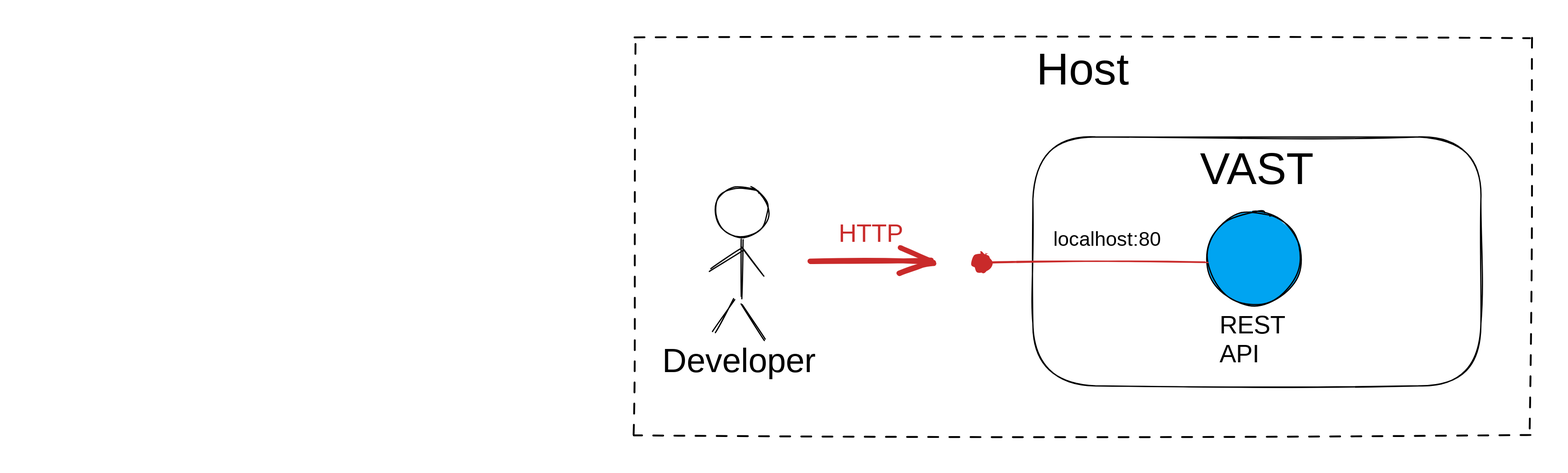
The Excalidraw diagram web/docs/use/integrate/rest-api/rest-api-mode-developer.excalidraw.svg in tenzir/tenzir, before a commit. Source tidied: one line per element, renumbered; positions are measured from the earlier drawing's top-left corner, leaving out a move shared by most shapes.
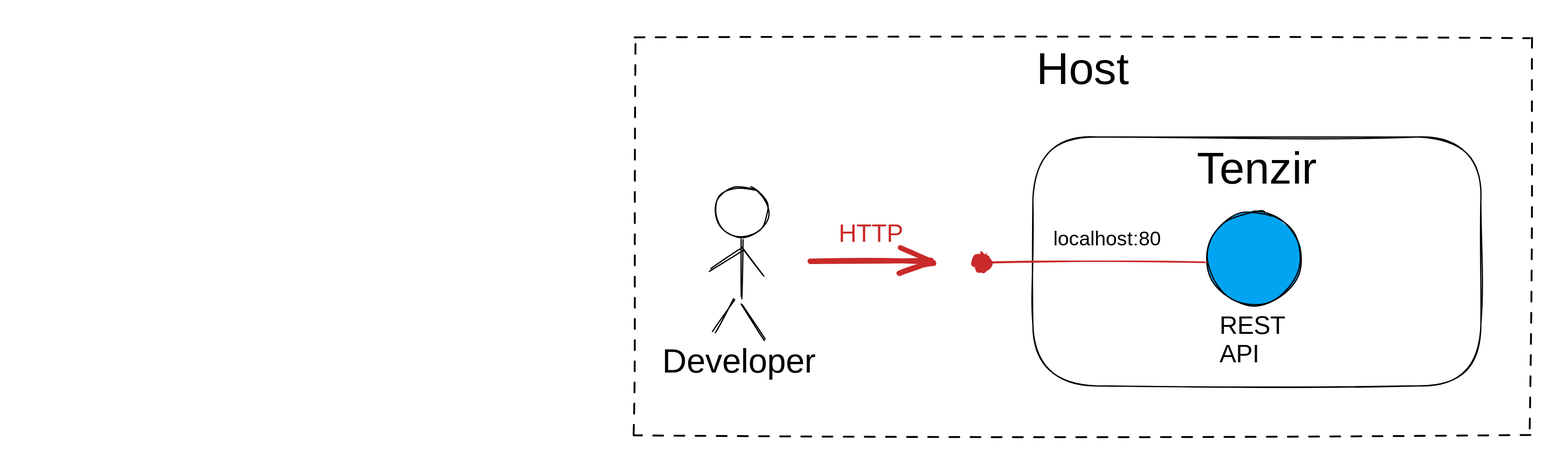
The same file after the commit.

What changed in the source:
```diff
@@ -3,7 +3,7 @@
 {"id": 2, "type": "text", "text": "Host", "strokeColor": "#000000", "backgroundColor": "#ced4da", "fillStyle": "solid", "strokeWidth": 1, "strokeStyle": "dotted", "roughness": 1, "fontSize": 36, "fontFamily": 1, "textAlign": "center", "round": true, "inside": 1, "x": 825, "y": 25, "width": 70, "height": 42}
 {"id": 3, "type": "rectangle", "strokeColor": "#000000", "strokeWidth": 1, "roughness": 1, "round": true, "x": 820, "y": 100, "width": 360, "height": 200}
 {"id": 4, "type": "ellipse", "strokeColor": "#000000", "backgroundColor": "#00a4f1", "fillStyle": "solid", "strokeWidth": 1, "roughness": 1, "x": 960, "y": 160, "width": 75, "height": 75}
-{"id": 5, "type": "arrow", "strokeColor": "#c92a2a", "backgroundColor": "#00a4f1", "fillStyle": "solid", "strokeWidth": 1, "roughness": 1, "endArrowhead": "dot", "from": 4, "x": 960, "y": 200, "width": 180, "height": 0, "points": [[0, 0], [-180, 0]]}
+{"id": 5, "type": "arrow", "strokeColor": "#c92a2a", "backgroundColor": "#00a4f1", "fillStyle": "solid", "strokeWidth": 1, "roughness": 1, "endArrowhead": "dot", "from": 4, "x": 959, "y": 200, "width": 179, "height": 0, "points": [[0, 0], [-179, 0]]}
 {"id": 6, "type": "text", "text": "REST\nAPI", "strokeColor": "#000000", "backgroundColor": "#00a4f1", "fillStyle": "solid", "strokeWidth": 1, "roughness": 1, "fontSize": 20, "fontFamily": 1, "round": true, "x": 970, "y": 240, "width": 50, "height": 46}
 {"id": 7, "type": "ellipse", "strokeColor": "#000000", "strokeWidth": 1, "roughness": 1, "x": 565, "y": 140, "width": 43, "height": 40}
 {"id": 8, "type": "line", "strokeColor": "#000000", "backgroundColor": "#ced4da", "fillStyle": "solid", "strokeWidth": 1, "roughness": 1, "round": true, "x": 587, "y": 182, "width": 2, "height": 48, "points": [[0, 0], [-2, 48]]}
@@ -11,8 +11,8 @@
 {"id": 10, "type": "line", "strokeColor": "#000000", "backgroundColor": "#ced4da", "fillStyle": "solid", "strokeWidth": 1, "roughness": 1, "round": true, "x": 580, "y": 230, "width": 16, "height": 27, "points": [[0, 0], [-16, 27]]}
 {"id": 11, "type": "line", "strokeColor": "#000000", "backgroundColor": "#ced4da", "fillStyle": "solid", "strokeWidth": 1, "roughness": 1, "round": true, "x": 561, "y": 207, "width": 25, "height": 16, "points": [[0, 0], [25, -16]]}
 {"id": 12, "type": "line", "strokeColor": "#000000", "backgroundColor": "#ced4da", "fillStyle": "solid", "strokeWidth": 1, "roughness": 1, "round": true, "x": 586, "y": 189, "width": 18, "height": 21, "points": [[0, 0], [18, 21]]}
-{"id": 13, "type": "text", "text": "VAST", "strokeColor": "#000000", "backgroundColor": "#ced4da", "fillStyle": "solid", "strokeWidth": 1, "strokeStyle": "dotted", "roughness": 1, "fontSize": 36, "fontFamily": 1, "textAlign": "center", "round": true, "inside": 3, "x": 954, "y": 105, "width": 91, "height": 42}
+{"id": 13, "type": "text", "text": "Tenzir", "strokeColor": "#000000", "backgroundColor": "#ced4da", "fillStyle": "solid", "strokeWidth": 1, "strokeStyle": "dotted", "roughness": 1, "fontSize": 36, "fontFamily": 1, "textAlign": "center", "round": true, "inside": 3, "x": 945, "y": 105, "width": 109, "height": 42}
-{"id": 14, "type": "text", "text": "localhost:80", "strokeColor": "#000000", "backgroundColor": "#00a4f1", "fillStyle": "solid", "strokeWidth": 1, "roughness": 1, "fontSize": 16, "fontFamily": 1, "round": true, "x": 837, "y": 173, "width": 80, "height": 19}
+{"id": 14, "type": "text", "text": "localhost:80", "strokeColor": "#000000", "backgroundColor": "#00a4f1", "fillStyle": "solid", "strokeWidth": 1, "roughness": 1, "fontSize": 16, "fontFamily": 1, "round": true, "x": 837, "y": 173, "width": 98, "height": 19}
 {"id": 15, "type": "arrow", "strokeColor": "#c92a2a", "backgroundColor": "#ced4da", "fillStyle": "solid", "strokeWidth": 4, "roughness": 1, "endArrowhead": "arrow", "x": 640, "y": 200, "width": 100, "height": 0, "points": [[0, 0], [100, 0]]}
 {"id": 16, "type": "text", "text": "Developer", "strokeColor": "#000000", "backgroundColor": "#00a4f1", "fillStyle": "solid", "strokeWidth": 1, "roughness": 1, "fontSize": 27.0, "fontFamily": 1, "round": true, "x": 522, "y": 265, "width": 114, "height": 31}
 {"id": 17, "type": "text", "text": "HTTP", "strokeColor": "#c92a2a", "backgroundColor": "#ced4da", "fillStyle": "solid", "strokeWidth": 1, "strokeStyle": "dotted", "roughness": 1, "fontSize": 20, "fontFamily": 1, "textAlign": "center", "round": true, "x": 664, "y": 166, "width": 52, "height": 23}
```
